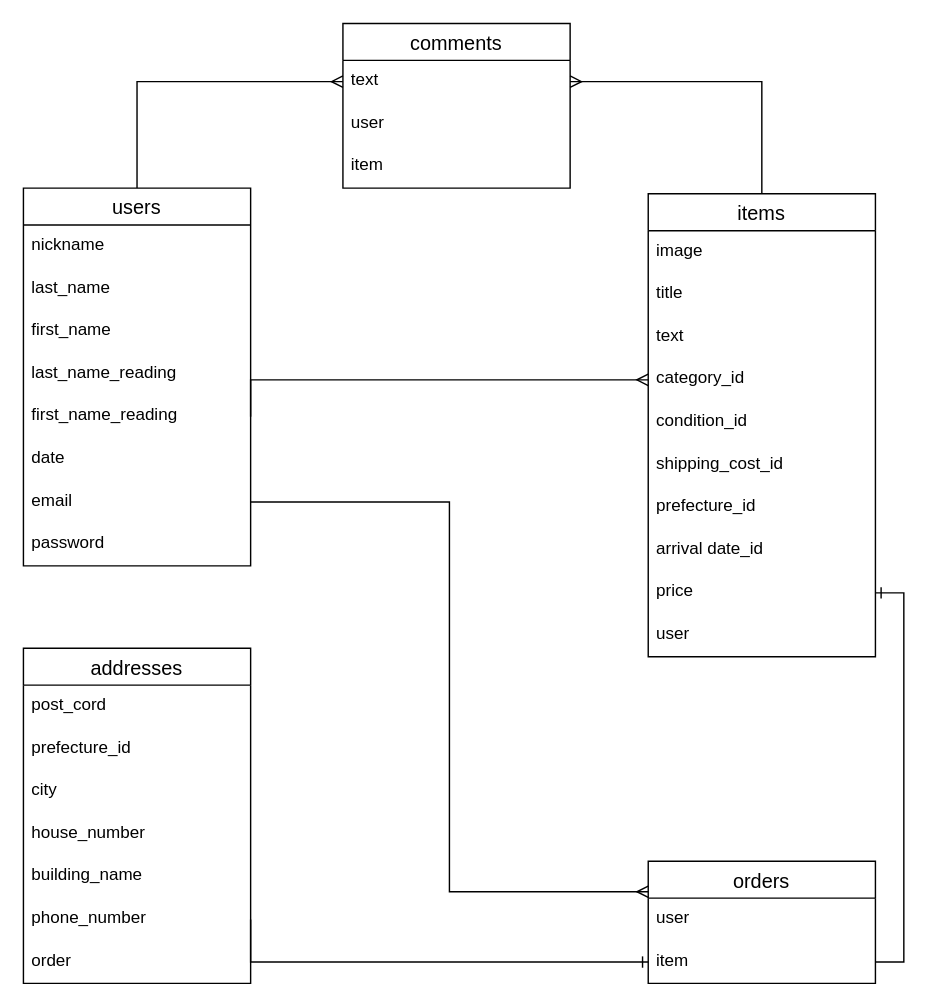
Above: furima.dio in srfm4623/furima-33560 (draw.io), before the change. Source tidied: cells renumbered, new cells numbered last; positions are measured from the earlier drawing's top-left corner, leaving out a move shared by most shapes. Both pictures are drawn from the tidied source at 142%, with x=0, y=0 at pixel (23, 23).
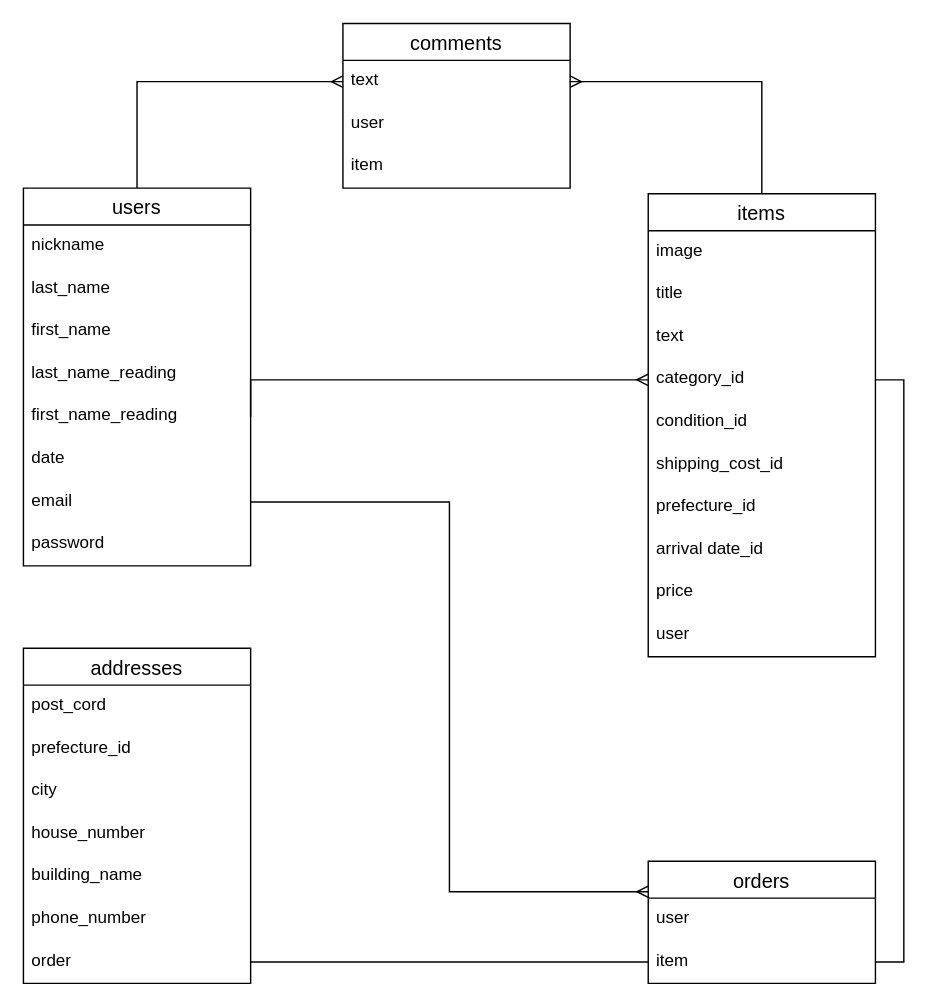
Above is the later version.

The change refers to these unchanged cells:
```xml
<mxCell id="21" value="category_id" style="text;strokeColor=none;fillColor=none;spacingLeft=4;spacingRight=4;overflow=hidden;points=[[0,0.5],[1,0.5]];portConstraint=eastwest;fontSize=12;" parent="17" vertex="1">
  <mxGeometry y="116" width="160" height="30" as="geometry" />
</mxCell>
<mxCell id="26" value="price" style="text;strokeColor=none;fillColor=none;spacingLeft=4;spacingRight=4;overflow=hidden;points=[[0,0.5],[1,0.5]];portConstraint=eastwest;fontSize=12;" parent="17" vertex="1">
  <mxGeometry y="266" width="160" height="30" as="geometry" />
</mxCell>
<mxCell id="34" value="phone_number" style="text;strokeColor=none;fillColor=none;spacingLeft=4;spacingRight=4;overflow=hidden;points=[[0,0.5],[1,0.5]];portConstraint=eastwest;fontSize=12;" parent="28" vertex="1">
  <mxGeometry y="176" width="160" height="30" as="geometry" />
</mxCell>
<mxCell id="35" value="order" style="text;strokeColor=none;fillColor=none;spacingLeft=4;spacingRight=4;overflow=hidden;points=[[0,0.5],[1,0.5]];portConstraint=eastwest;fontSize=12;" parent="28" vertex="1">
  <mxGeometry y="206" width="160" height="30" as="geometry" />
</mxCell>
<mxCell id="38" value="item" style="text;strokeColor=none;fillColor=none;spacingLeft=4;spacingRight=4;overflow=hidden;points=[[0,0.5],[1,0.5]];portConstraint=eastwest;fontSize=12;" parent="36" vertex="1">
  <mxGeometry y="56" width="160" height="30" as="geometry" />
</mxCell>
```

What changed in the source:
```diff
@@
-    <mxCell id="40" style="edgeStyle=orthogonalEdgeStyle;rounded=0;jettySize=auto;html=1;exitX=1;exitY=0.5;exitDx=0;exitDy=0;endArrow=ERone;endFill=0;entryX=1;entryY=0.5;entryDx=0;entryDy=0;" parent="1" edge="1" source="38" target="26">
-      <mxGeometry relative="1" as="geometry" />
-    </mxCell>
@@
-    <mxCell id="42" style="edgeStyle=orthogonalEdgeStyle;rounded=0;jettySize=auto;html=1;exitX=1;exitY=0.5;exitDx=0;exitDy=0;entryX=0;entryY=0.5;entryDx=0;entryDy=0;endArrow=ERone;endFill=0;" parent="1" edge="1" source="34" target="38">
-      <mxGeometry relative="1" as="geometry">
-        <Array as="points">
-          <mxPoint x="160" y="661" />
-        </Array>
-      </mxGeometry>
-    </mxCell>
+    <mxCell id="43" style="edgeStyle=orthogonalEdgeStyle;rounded=0;jettySize=auto;html=1;exitX=1;exitY=0.5;exitDx=0;exitDy=0;endArrow=none;endFill=0;entryX=1;entryY=0.5;entryDx=0;entryDy=0;" parent="1" edge="1" source="21" target="38">
+      <mxGeometry relative="1" as="geometry" />
+    </mxCell>
+    <mxCell id="44" style="edgeStyle=orthogonalEdgeStyle;rounded=0;jettySize=auto;html=1;exitX=1;exitY=0.5;exitDx=0;exitDy=0;entryX=0;entryY=0.5;entryDx=0;entryDy=0;endArrow=none;endFill=0;" parent="1" edge="1" source="35" target="38">
+      <mxGeometry relative="1" as="geometry" />
+    </mxCell>
```
